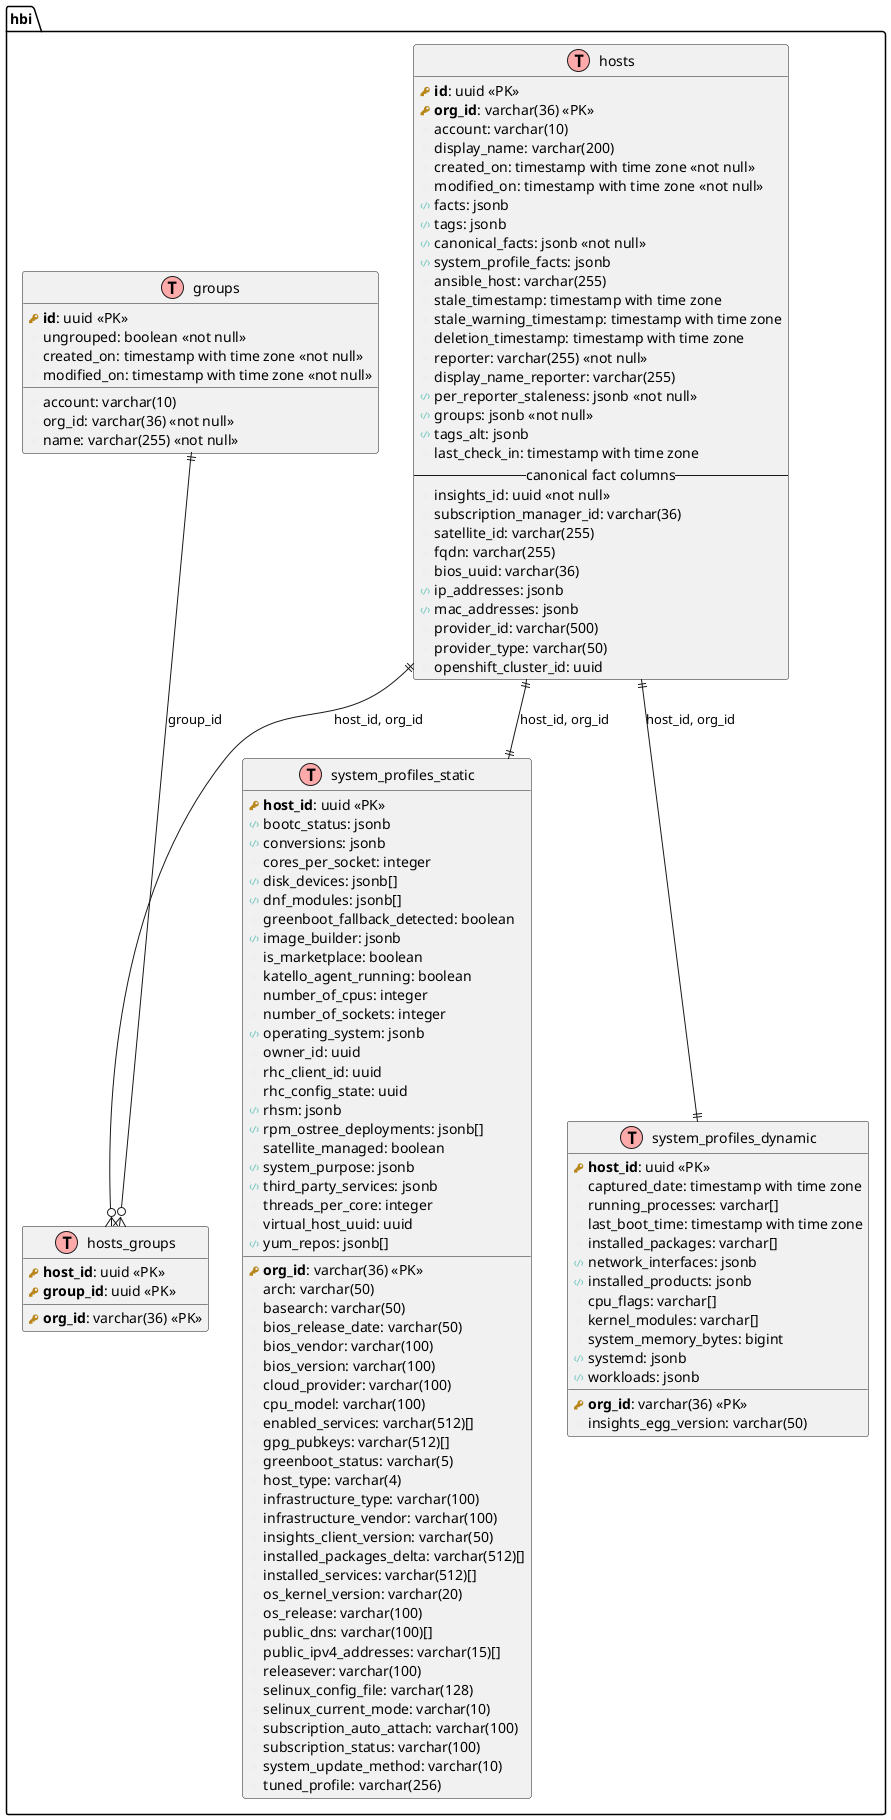
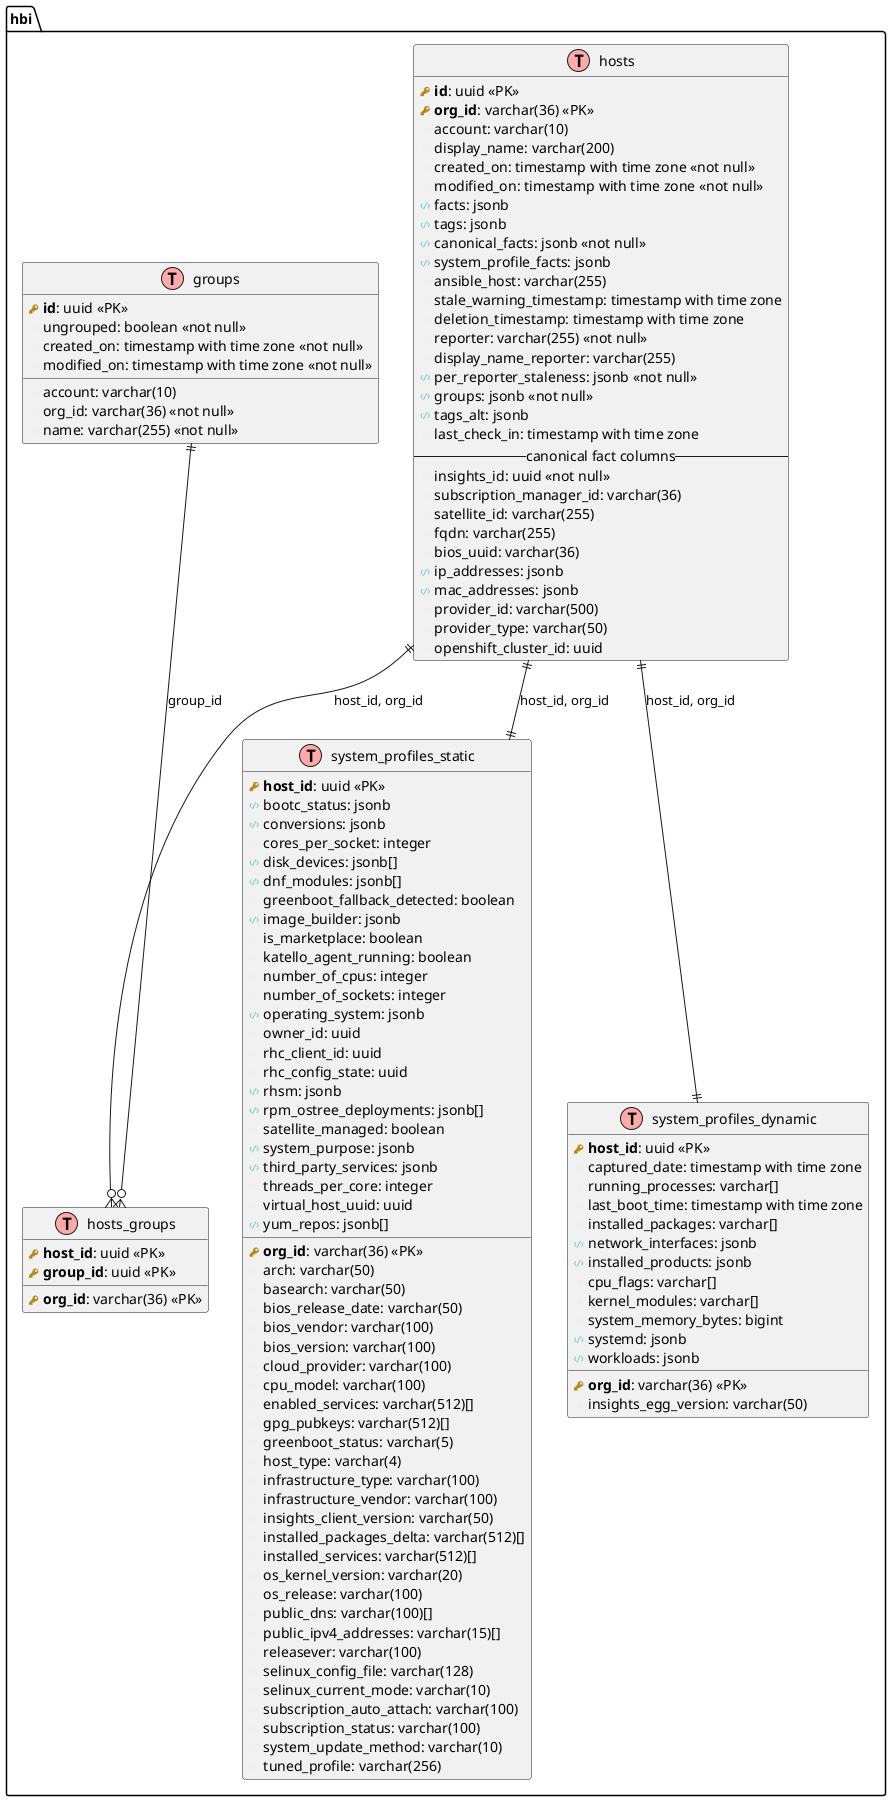
# Architecture

## Data diagram

```plantuml
@startuml hosts_table

!define table(x) entity x << (T,#FFAAAA) >>
!define primary_key(x) <b><color:#b8861b><&key></color> x</b>
!define foreign_key(x) <color:#aaaaaa><&key></color> x
!define column(x) <color:#efefef><&media-record></color> x
!define jsonb(x) <color:#80cbc4><&code></color> x

table(hbi.hosts) {
  primary_key(id): uuid <<PK>>
  primary_key(org_id): varchar(36) <<PK>>
  column(account): varchar(10)
  column(display_name): varchar(200)
  column(created_on): timestamp with time zone <<not null>>
  column(modified_on): timestamp with time zone <<not null>>
  jsonb(facts): jsonb
  jsonb(tags): jsonb
  jsonb(canonical_facts): jsonb <<not null>>
  jsonb(system_profile_facts): jsonb
  column(ansible_host): varchar(255)
-   column(stale_timestamp): timestamp with time zone
  column(stale_warning_timestamp): timestamp with time zone
  column(deletion_timestamp): timestamp with time zone
  column(reporter): varchar(255) <<not null>>
  column(display_name_reporter): varchar(255)
  jsonb(per_reporter_staleness): jsonb <<not null>>
  jsonb(groups): jsonb <<not null>>
  jsonb(tags_alt): jsonb
  column(last_check_in): timestamp with time zone
  --canonical fact columns--
  column(insights_id): uuid <<not null>>
  column(subscription_manager_id): varchar(36)
  column(satellite_id): varchar(255)
  column(fqdn): varchar(255)
  column(bios_uuid): varchar(36)
  jsonb(ip_addresses): jsonb
  jsonb(mac_addresses): jsonb
  column(provider_id): varchar(500)
  column(provider_type): varchar(50)
  column(openshift_cluster_id): uuid
}

table(hbi.groups) {
  primary_key(id): uuid <<PK>>
  column(account): varchar(10)
  column(org_id): varchar(36) <<not null>>
  column(name): varchar(255) <<not null>>
  column(ungrouped): boolean <<not null>>
  column(created_on): timestamp with time zone <<not null>>
  column(modified_on): timestamp with time zone <<not null>>
}

table(hbi.hosts_groups) {
  primary_key(host_id): uuid <<PK>>
  primary_key(org_id): varchar(36) <<PK>>
  primary_key(group_id): uuid <<PK>>
}

table(hbi.system_profiles_static) {
  primary_key(org_id): varchar(36) <<PK>>
  primary_key(host_id): uuid <<PK>>
  column(arch): varchar(50)
  column(basearch): varchar(50)
  column(bios_release_date): varchar(50)
  column(bios_vendor): varchar(100)
  column(bios_version): varchar(100)
  jsonb(bootc_status): jsonb
  column(cloud_provider): varchar(100)
  jsonb(conversions): jsonb
  column(cores_per_socket): integer
  column(cpu_model): varchar(100)
  jsonb(disk_devices): jsonb[]
  jsonb(dnf_modules): jsonb[]
  column(enabled_services): varchar(512)[]
  column(gpg_pubkeys): varchar(512)[]
  column(greenboot_fallback_detected): boolean
  column(greenboot_status): varchar(5)
  column(host_type): varchar(4)
  jsonb(image_builder): jsonb
  column(infrastructure_type): varchar(100)
  column(infrastructure_vendor): varchar(100)
  column(insights_client_version): varchar(50)
  column(installed_packages_delta): varchar(512)[]
  column(installed_services): varchar(512)[]
  column(is_marketplace): boolean
  column(katello_agent_running): boolean
  column(number_of_cpus): integer
  column(number_of_sockets): integer
  jsonb(operating_system): jsonb
  column(os_kernel_version): varchar(20)
  column(os_release): varchar(100)
  column(owner_id): uuid
  column(public_dns): varchar(100)[]
  column(public_ipv4_addresses): varchar(15)[]
  column(releasever): varchar(100)
  column(rhc_client_id): uuid
  column(rhc_config_state): uuid
  jsonb(rhsm): jsonb
  jsonb(rpm_ostree_deployments): jsonb[]
  column(satellite_managed): boolean
  column(selinux_config_file): varchar(128)
  column(selinux_current_mode): varchar(10)
  column(subscription_auto_attach): varchar(100)
  column(subscription_status): varchar(100)
  jsonb(system_purpose): jsonb
  column(system_update_method): varchar(10)
  jsonb(third_party_services): jsonb
  column(threads_per_core): integer
  column(tuned_profile): varchar(256)
  column(virtual_host_uuid): uuid
  jsonb(yum_repos): jsonb[]
}

table(hbi.system_profiles_dynamic) {
  primary_key(org_id): varchar(36) <<PK>>
  primary_key(host_id): uuid <<PK>>
  column(captured_date): timestamp with time zone
  column(running_processes): varchar[]
  column(last_boot_time): timestamp with time zone
  column(installed_packages): varchar[]
  jsonb(network_interfaces): jsonb
  jsonb(installed_products): jsonb
  column(cpu_flags): varchar[]
  column(insights_egg_version): varchar(50)
  column(kernel_modules): varchar[]
  column(system_memory_bytes): bigint
  jsonb(systemd): jsonb
  jsonb(workloads): jsonb
}


' Relationships
hbi.hosts ||--o{ hbi.hosts_groups : "host_id, org_id"
hbi.groups ||--o{ hbi.hosts_groups : "group_id"
hbi.hosts ||--|| hbi.system_profiles_static : "host_id, org_id"
hbi.hosts ||--|| hbi.system_profiles_dynamic : "host_id, org_id"

@enduml
```
